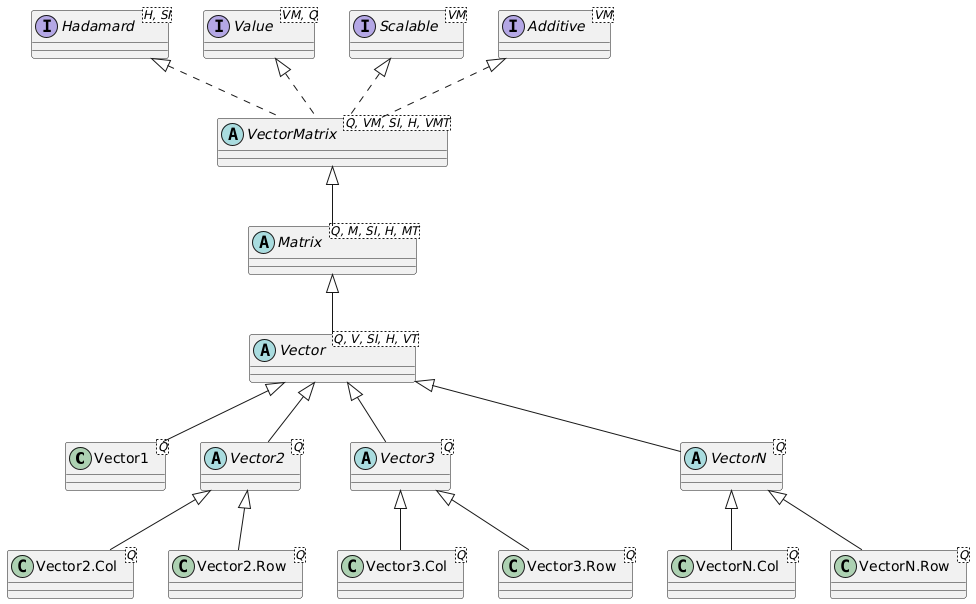
averbraeck/djunits keeps this PlantUML diagram as docs/images/vector.png. Above is the earlier version.
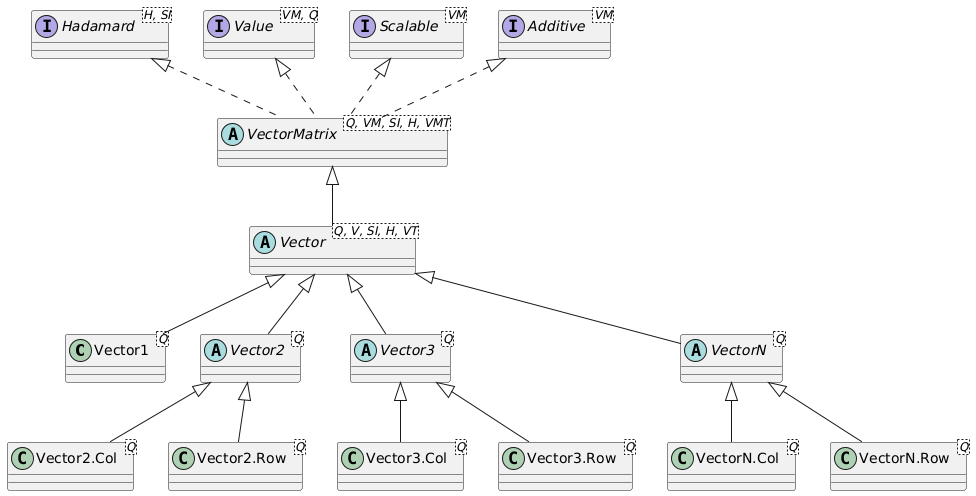
Later version of the same file.

Commit message:
Issue #135. Documentation for Vector extends VectorMatrix

Change to the diagram source:
```diff
@@ -11,7 +11,6 @@
 class "VectorN.Row<Q>" as VNRow
 
 abstract class VectorMatrix<Q, VM, SI, H, VMT>
-abstract class Matrix<Q, M, SI, H, MT>
 abstract class Vector<Q, V, SI, H, VT>
 
 interface Hadamard<H, SI>
@@ -24,9 +23,7 @@
 Additive <|.. VectorMatrix
 Hadamard <|.. VectorMatrix
 
-VectorMatrix <|-- Matrix
-
-Matrix <|-- Vector
+VectorMatrix <|-- Vector
 Vector <|-- Vector1
 Vector <|-- Vector2
 Vector <|-- Vector3
```
